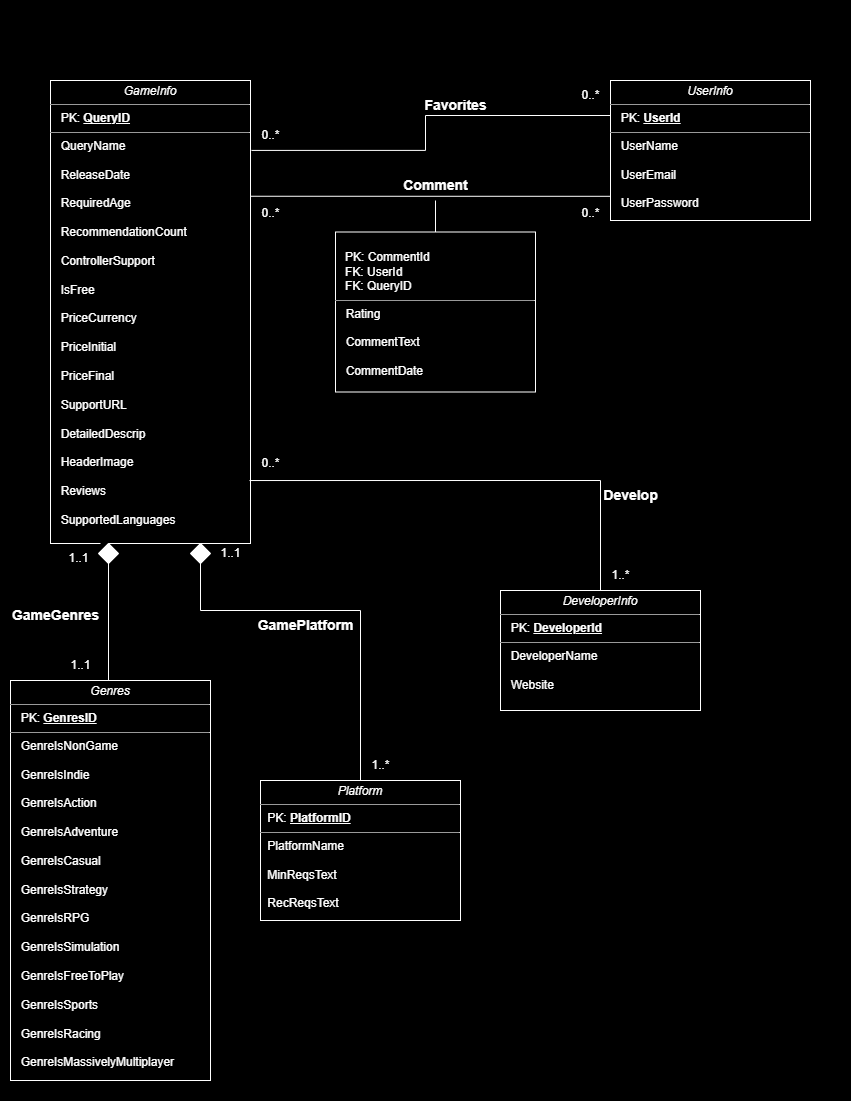
Above: doc/images/UML.png in cs411-alawini/fa23-cs411-team090-Makabaka (draw.io), before the change. Source tidied: cells renumbered, new cells last; positions are measured from the earlier drawing's top-left corner, leaving out a move shared by most shapes.
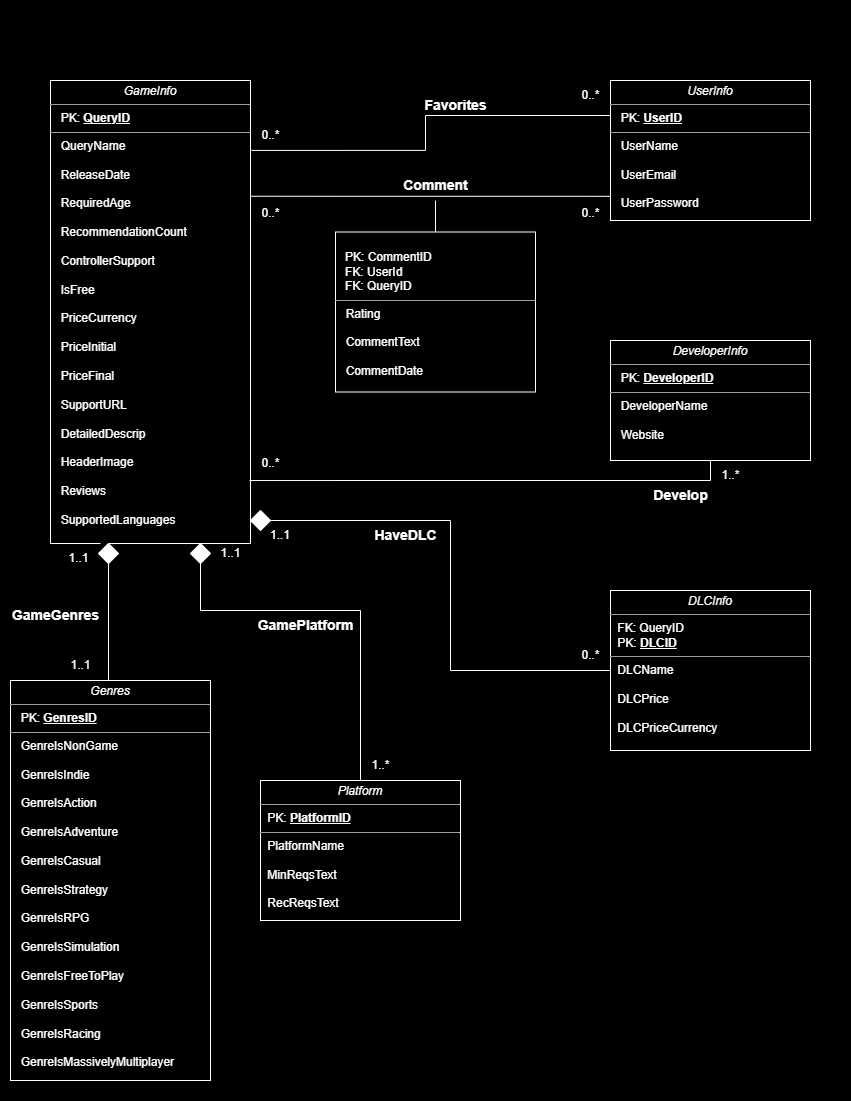
Above is the later version.

Commit message:
Add DLCInfo to UML diagram

What changed in the source:
```diff
@@ -18,3 +18,3 @@
     </mxCell>
-    <mxCell id="5" value="&lt;p style=&quot;margin:0px;margin-top:4px;text-align:center;&quot;&gt;&lt;font color=&quot;#ffffff&quot;&gt;&lt;i&gt;UserInfo&lt;/i&gt;&lt;br&gt;&lt;/font&gt;&lt;/p&gt;&lt;hr size=&quot;1&quot;&gt;&lt;p style=&quot;margin:0px;margin-left:4px;&quot;&gt;&lt;font color=&quot;#ffffff&quot;&gt;&amp;nbsp; PK: &lt;b&gt;&lt;u&gt;UserId&lt;/u&gt;&lt;/b&gt;&lt;br&gt;&lt;/font&gt;&lt;/p&gt;&lt;hr size=&quot;1&quot;&gt;&lt;p style=&quot;margin:0px;margin-left:4px;&quot;&gt;&lt;font color=&quot;#ffffff&quot;&gt;&amp;nbsp; UserName&lt;br&gt;&lt;/font&gt;&lt;/p&gt;&lt;p style=&quot;margin:0px;margin-left:4px;&quot;&gt;&lt;font color=&quot;#ffffff&quot;&gt;&lt;br&gt;&lt;/font&gt;&lt;/p&gt;&lt;p style=&quot;margin:0px;margin-left:4px;&quot;&gt;&lt;font color=&quot;#ffffff&quot;&gt;&amp;nbsp; UserEmail&lt;br&gt;&lt;/font&gt;&lt;/p&gt;&lt;p style=&quot;margin:0px;margin-left:4px;&quot;&gt;&lt;font color=&quot;#ffffff&quot;&gt;&lt;br&gt;&lt;/font&gt;&lt;/p&gt;&lt;p style=&quot;margin:0px;margin-left:4px;&quot;&gt;&lt;font color=&quot;#ffffff&quot;&gt;&amp;nbsp; UserPassword&lt;/font&gt;&lt;br&gt;&lt;/p&gt;" style="verticalAlign=top;align=left;overflow=fill;fontSize=12;fontFamily=Helvetica;html=1;rounded=0;shadow=0;comic=0;labelBackgroundColor=none;strokeWidth=1;fillColor=#000000;strokeColor=#FFFFFF;" parent="1" vertex="1">
+    <mxCell id="5" value="&lt;p style=&quot;margin:0px;margin-top:4px;text-align:center;&quot;&gt;&lt;font color=&quot;#ffffff&quot;&gt;&lt;i&gt;UserInfo&lt;/i&gt;&lt;br&gt;&lt;/font&gt;&lt;/p&gt;&lt;hr size=&quot;1&quot;&gt;&lt;p style=&quot;margin:0px;margin-left:4px;&quot;&gt;&lt;font color=&quot;#ffffff&quot;&gt;&amp;nbsp; PK: &lt;b&gt;&lt;u&gt;UserID&lt;/u&gt;&lt;/b&gt;&lt;br&gt;&lt;/font&gt;&lt;/p&gt;&lt;hr size=&quot;1&quot;&gt;&lt;p style=&quot;margin:0px;margin-left:4px;&quot;&gt;&lt;font color=&quot;#ffffff&quot;&gt;&amp;nbsp; UserName&lt;br&gt;&lt;/font&gt;&lt;/p&gt;&lt;p style=&quot;margin:0px;margin-left:4px;&quot;&gt;&lt;font color=&quot;#ffffff&quot;&gt;&lt;br&gt;&lt;/font&gt;&lt;/p&gt;&lt;p style=&quot;margin:0px;margin-left:4px;&quot;&gt;&lt;font color=&quot;#ffffff&quot;&gt;&amp;nbsp; UserEmail&lt;br&gt;&lt;/font&gt;&lt;/p&gt;&lt;p style=&quot;margin:0px;margin-left:4px;&quot;&gt;&lt;font color=&quot;#ffffff&quot;&gt;&lt;br&gt;&lt;/font&gt;&lt;/p&gt;&lt;p style=&quot;margin:0px;margin-left:4px;&quot;&gt;&lt;font color=&quot;#ffffff&quot;&gt;&amp;nbsp; UserPassword&lt;/font&gt;&lt;br&gt;&lt;/p&gt;" style="verticalAlign=top;align=left;overflow=fill;fontSize=12;fontFamily=Helvetica;html=1;rounded=0;shadow=0;comic=0;labelBackgroundColor=none;strokeWidth=1;fillColor=#000000;strokeColor=#FFFFFF;" parent="1" vertex="1">
       <mxGeometry x="610" y="80" width="200" height="140" as="geometry" />
@@ -24,4 +24,4 @@
     </mxCell>
-    <mxCell id="7" value="&lt;p style=&quot;margin:0px;margin-top:4px;text-align:center;&quot;&gt;&lt;font color=&quot;#ffffff&quot;&gt;&lt;i&gt;DeveloperInfo&lt;/i&gt;&lt;br&gt;&lt;/font&gt;&lt;/p&gt;&lt;hr size=&quot;1&quot;&gt;&lt;p style=&quot;margin:0px;margin-left:4px;&quot;&gt;&lt;font color=&quot;#ffffff&quot;&gt;&amp;nbsp; PK: &lt;b&gt;&lt;u&gt;DeveloperId&lt;/u&gt;&lt;/b&gt;&lt;br&gt;&lt;/font&gt;&lt;/p&gt;&lt;hr size=&quot;1&quot;&gt;&lt;p style=&quot;margin:0px;margin-left:4px;&quot;&gt;&lt;font color=&quot;#ffffff&quot;&gt;&amp;nbsp; DeveloperName&lt;br&gt;&lt;/font&gt;&lt;/p&gt;&lt;p style=&quot;margin:0px;margin-left:4px;&quot;&gt;&lt;font color=&quot;#ffffff&quot;&gt;&lt;br&gt;&lt;/font&gt;&lt;/p&gt;&lt;p style=&quot;margin:0px;margin-left:4px;&quot;&gt;&lt;font color=&quot;#ffffff&quot;&gt;&amp;nbsp; Website&lt;/font&gt;&lt;br&gt;&lt;/p&gt;" style="verticalAlign=top;align=left;overflow=fill;fontSize=12;fontFamily=Helvetica;html=1;rounded=0;shadow=0;comic=0;labelBackgroundColor=none;strokeWidth=1;fillColor=#000000;strokeColor=#FFFFFF;" parent="1" vertex="1">
-      <mxGeometry x="500" y="590" width="200" height="120" as="geometry" />
+    <mxCell id="7" value="&lt;p style=&quot;margin:0px;margin-top:4px;text-align:center;&quot;&gt;&lt;font color=&quot;#ffffff&quot;&gt;&lt;i&gt;DeveloperInfo&lt;/i&gt;&lt;br&gt;&lt;/font&gt;&lt;/p&gt;&lt;hr size=&quot;1&quot;&gt;&lt;p style=&quot;margin:0px;margin-left:4px;&quot;&gt;&lt;font color=&quot;#ffffff&quot;&gt;&amp;nbsp; PK: &lt;b&gt;&lt;u&gt;DeveloperID&lt;/u&gt;&lt;/b&gt;&lt;br&gt;&lt;/font&gt;&lt;/p&gt;&lt;hr size=&quot;1&quot;&gt;&lt;p style=&quot;margin:0px;margin-left:4px;&quot;&gt;&lt;font color=&quot;#ffffff&quot;&gt;&amp;nbsp; DeveloperName&lt;br&gt;&lt;/font&gt;&lt;/p&gt;&lt;p style=&quot;margin:0px;margin-left:4px;&quot;&gt;&lt;font color=&quot;#ffffff&quot;&gt;&lt;br&gt;&lt;/font&gt;&lt;/p&gt;&lt;p style=&quot;margin:0px;margin-left:4px;&quot;&gt;&lt;font color=&quot;#ffffff&quot;&gt;&amp;nbsp; Website&lt;/font&gt;&lt;br&gt;&lt;/p&gt;" style="verticalAlign=top;align=left;overflow=fill;fontSize=12;fontFamily=Helvetica;html=1;rounded=0;shadow=0;comic=0;labelBackgroundColor=none;strokeWidth=1;fillColor=#000000;strokeColor=#FFFFFF;" parent="1" vertex="1">
+      <mxGeometry x="610" y="340" width="200" height="120" as="geometry" />
     </mxCell>
@@ -38,6 +38,6 @@
     </mxCell>
-    <mxCell id="10" style="edgeStyle=orthogonalEdgeStyle;rounded=0;html=1;labelBackgroundColor=none;startFill=0;endArrow=none;endFill=0;endSize=10;fontFamily=Verdana;fontSize=10;exitX=0.995;exitY=0.864;exitDx=0;exitDy=0;exitPerimeter=0;strokeColor=#FFFFFF;" parent="1" edge="1" source="9" target="7">
+    <mxCell id="10" style="edgeStyle=orthogonalEdgeStyle;rounded=0;html=1;labelBackgroundColor=none;startFill=0;endArrow=none;endFill=0;endSize=10;fontFamily=Verdana;fontSize=10;exitX=0.995;exitY=0.864;exitDx=0;exitDy=0;exitPerimeter=0;strokeColor=#FFFFFF;entryX=0.5;entryY=1;entryDx=0;entryDy=0;" parent="1" edge="1" source="9" target="7">
       <mxGeometry relative="1" as="geometry">
         <Array as="points">
-          <mxPoint x="600" y="480" />
+          <mxPoint x="710" y="480" />
         </Array>
@@ -56,3 +56,3 @@
     <mxCell id="13" value="&lt;h4 style=&quot;box-sizing: border-box; --tw-border-spacing-x: 0; --tw-border-spacing-y: 0; --tw-translate-x: 0; --tw-translate-y: 0; --tw-rotate: 0; --tw-skew-x: 0; --tw-skew-y: 0; --tw-scale-x: 1; --tw-scale-y: 1; --tw-pan-x: ; --tw-pan-y: ; --tw-pinch-zoom: ; --tw-scroll-snap-strictness: proximity; --tw-ordinal: ; --tw-slashed-zero: ; --tw-numeric-figure: ; --tw-numeric-spacing: ; --tw-numeric-fraction: ; --tw-ring-inset: ; --tw-ring-offset-width: 0px; --tw-ring-offset-color: #fff; --tw-ring-color: rgb(59 130 246 / 0.5); --tw-ring-offset-shadow: 0 0 #0000; --tw-ring-shadow: 0 0 #0000; --tw-shadow: 0 0 #0000; --tw-shadow-colored: 0 0 #0000; --tw-blur: ; --tw-brightness: ; --tw-contrast: ; --tw-grayscale: ; --tw-hue-rotate: ; --tw-invert: ; --tw-saturate: ; --tw-sepia: ; --tw-drop-shadow: ; --tw-backdrop-blur: ; --tw-backdrop-brightness: ; --tw-backdrop-contrast: ; --tw-backdrop-grayscale: ; --tw-backdrop-hue-rotate: ; --tw-backdrop-invert: ; --tw-backdrop-opacity: ; --tw-backdrop-saturate: ; --tw-backdrop-sepia: ; break-after: avoid-page; break-inside: avoid; orphans: 4; margin-top: 1rem; margin-bottom: 1rem; position: relative; line-height: 1.4; cursor: text; text-align: start;&quot; class=&quot;md-end-block md-heading md-focus&quot;&gt;&lt;font color=&quot;#ffffff&quot; style=&quot;font-size: 14px;&quot;&gt;Develop&lt;/font&gt;&lt;/h4&gt;" style="text;html=1;align=center;verticalAlign=middle;strokeColor=none;fillColor=none;" parent="1" vertex="1">
-      <mxGeometry x="590" y="460" width="80" height="70" as="geometry" />
+      <mxGeometry x="640" y="460" width="80" height="70" as="geometry" />
     </mxCell>
@@ -68,3 +68,3 @@
     </mxCell>
-    <mxCell id="16" value="&lt;p style=&quot;margin:0px;margin-top:4px;text-align:center;&quot;&gt;&lt;font color=&quot;#ffffff&quot;&gt;&lt;br&gt;&lt;/font&gt;&lt;/p&gt;&lt;font color=&quot;#ffffff&quot;&gt;&amp;nbsp; &amp;nbsp;PK: CommentId&lt;br&gt;&amp;nbsp; &amp;nbsp;FK: UserId&lt;br&gt;&amp;nbsp; &amp;nbsp;FK: QueryID&lt;br&gt;&lt;/font&gt;&lt;hr size=&quot;1&quot;&gt;&lt;p style=&quot;margin:0px;margin-left:4px;&quot;&gt;&lt;font color=&quot;#ffffff&quot;&gt;&amp;nbsp; Rating&lt;br&gt;&lt;/font&gt;&lt;/p&gt;&lt;p style=&quot;margin:0px;margin-left:4px;&quot;&gt;&lt;font color=&quot;#ffffff&quot;&gt;&lt;br&gt;&lt;/font&gt;&lt;/p&gt;&lt;p style=&quot;margin:0px;margin-left:4px;&quot;&gt;&lt;font color=&quot;#ffffff&quot;&gt;&amp;nbsp; CommentText&lt;br&gt;&lt;/font&gt;&lt;/p&gt;&lt;p style=&quot;margin:0px;margin-left:4px;&quot;&gt;&lt;font color=&quot;#ffffff&quot;&gt;&lt;br&gt;&lt;/font&gt;&lt;/p&gt;&lt;p style=&quot;margin:0px;margin-left:4px;&quot;&gt;&lt;font color=&quot;#ffffff&quot;&gt;&amp;nbsp; CommentDate&lt;/font&gt;&lt;br&gt;&lt;/p&gt;" style="verticalAlign=top;align=left;overflow=fill;fontSize=12;fontFamily=Helvetica;html=1;rounded=0;shadow=0;comic=0;labelBackgroundColor=none;strokeWidth=1;strokeColor=#FFFFFF;fillColor=#000000;" parent="1" vertex="1">
+    <mxCell id="16" value="&lt;p style=&quot;margin:0px;margin-top:4px;text-align:center;&quot;&gt;&lt;font color=&quot;#ffffff&quot;&gt;&lt;br&gt;&lt;/font&gt;&lt;/p&gt;&lt;font color=&quot;#ffffff&quot;&gt;&amp;nbsp; &amp;nbsp;PK: CommentID&lt;br&gt;&amp;nbsp; &amp;nbsp;FK: UserId&lt;br&gt;&amp;nbsp; &amp;nbsp;FK: QueryID&lt;br&gt;&lt;/font&gt;&lt;hr size=&quot;1&quot;&gt;&lt;p style=&quot;margin:0px;margin-left:4px;&quot;&gt;&lt;font color=&quot;#ffffff&quot;&gt;&amp;nbsp; Rating&lt;br&gt;&lt;/font&gt;&lt;/p&gt;&lt;p style=&quot;margin:0px;margin-left:4px;&quot;&gt;&lt;font color=&quot;#ffffff&quot;&gt;&lt;br&gt;&lt;/font&gt;&lt;/p&gt;&lt;p style=&quot;margin:0px;margin-left:4px;&quot;&gt;&lt;font color=&quot;#ffffff&quot;&gt;&amp;nbsp; CommentText&lt;br&gt;&lt;/font&gt;&lt;/p&gt;&lt;p style=&quot;margin:0px;margin-left:4px;&quot;&gt;&lt;font color=&quot;#ffffff&quot;&gt;&lt;br&gt;&lt;/font&gt;&lt;/p&gt;&lt;p style=&quot;margin:0px;margin-left:4px;&quot;&gt;&lt;font color=&quot;#ffffff&quot;&gt;&amp;nbsp; CommentDate&lt;/font&gt;&lt;br&gt;&lt;/p&gt;" style="verticalAlign=top;align=left;overflow=fill;fontSize=12;fontFamily=Helvetica;html=1;rounded=0;shadow=0;comic=0;labelBackgroundColor=none;strokeWidth=1;strokeColor=#FFFFFF;fillColor=#000000;" parent="1" vertex="1">
       <mxGeometry x="335" y="231.5" width="200" height="160" as="geometry" />
@@ -105,3 +105,3 @@
     <mxCell id="28" value="&lt;font color=&quot;#ffffff&quot;&gt;1..*&lt;/font&gt;" style="text;html=1;align=center;verticalAlign=middle;strokeColor=none;fillColor=none;" parent="1" vertex="1">
-      <mxGeometry x="600" y="560" width="40" height="30" as="geometry" />
+      <mxGeometry x="710" y="460" width="40" height="30" as="geometry" />
     </mxCell>
@@ -122,2 +122,26 @@
     </mxCell>
+    <mxCell id="34" value="&lt;p style=&quot;margin:0px;margin-top:4px;text-align:center;&quot;&gt;&lt;font color=&quot;#ffffff&quot;&gt;&lt;i&gt;DLCInfo&lt;/i&gt;&lt;br&gt;&lt;/font&gt;&lt;/p&gt;&lt;hr size=&quot;1&quot;&gt;&lt;p style=&quot;margin:0px;margin-left:4px;&quot;&gt;&lt;font color=&quot;#ffffff&quot;&gt;&amp;nbsp;FK: QueryID&lt;/font&gt;&lt;/p&gt;&lt;p style=&quot;margin:0px;margin-left:4px;&quot;&gt;&lt;font color=&quot;#ffffff&quot;&gt;&amp;nbsp;PK: &lt;b&gt;&lt;u&gt;DLCID&lt;/u&gt;&lt;/b&gt;&lt;br&gt;&lt;/font&gt;&lt;/p&gt;&lt;hr size=&quot;1&quot;&gt;&lt;p style=&quot;margin:0px;margin-left:4px;&quot;&gt;&lt;font color=&quot;#ffffff&quot;&gt;&amp;nbsp;DLCName&lt;br&gt;&lt;/font&gt;&lt;/p&gt;&lt;p style=&quot;margin:0px;margin-left:4px;&quot;&gt;&lt;font color=&quot;#ffffff&quot;&gt;&lt;br&gt;&lt;/font&gt;&lt;/p&gt;&lt;p style=&quot;margin:0px;margin-left:4px;&quot;&gt;&lt;font color=&quot;#ffffff&quot;&gt;&amp;nbsp;DLCPrice&lt;/font&gt;&lt;/p&gt;&lt;p style=&quot;margin:0px;margin-left:4px;&quot;&gt;&lt;font color=&quot;#ffffff&quot;&gt;&lt;br&gt;&lt;/font&gt;&lt;/p&gt;&lt;p style=&quot;margin:0px;margin-left:4px;&quot;&gt;&lt;font color=&quot;#ffffff&quot;&gt;&amp;nbsp;DLCPriceCurrency&lt;/font&gt;&lt;/p&gt;" style="verticalAlign=top;align=left;overflow=fill;fontSize=12;fontFamily=Helvetica;html=1;rounded=0;shadow=0;comic=0;labelBackgroundColor=none;strokeWidth=1;fillColor=#000000;strokeColor=#FFFFFF;" parent="1" vertex="1">
+      <mxGeometry x="610" y="590" width="200" height="160" as="geometry" />
+    </mxCell>
+    <mxCell id="35" style="rhombus;whiteSpace=wrap;html=1;strokeColor=#FFFFFF;gradientColor=none;" parent="1" vertex="1">
+      <mxGeometry x="250" y="510" width="20" height="20" as="geometry" />
+    </mxCell>
+    <mxCell id="36" style="endArrow=none;html=1;rounded=0;strokeColor=#FFFFFF;entryX=0;entryY=0.5;entryDx=0;entryDy=0;" parent="1" edge="1" target="34">
+      <mxGeometry relative="1" as="geometry">
+        <mxPoint x="270" y="520" as="sourcePoint" />
+        <Array as="points">
+          <mxPoint x="450" y="520" />
+          <mxPoint x="450" y="670" />
+        </Array>
+      </mxGeometry>
+    </mxCell>
+    <mxCell id="37" value="&lt;font color=&quot;#ffffff&quot;&gt;1..1&lt;/font&gt;" style="text;html=1;strokeColor=none;fillColor=none;align=center;verticalAlign=middle;whiteSpace=wrap;rounded=0;" parent="1" vertex="1">
+      <mxGeometry x="250" y="520" width="60" height="30" as="geometry" />
+    </mxCell>
+    <mxCell id="38" value="&lt;font color=&quot;#ffffff&quot;&gt;0..*&lt;/font&gt;" style="text;html=1;align=center;verticalAlign=middle;strokeColor=none;fillColor=none;" parent="1" vertex="1">
+      <mxGeometry x="570" y="640" width="40" height="30" as="geometry" />
+    </mxCell>
+    <mxCell id="39" value="&lt;h4 style=&quot;box-sizing: border-box; --tw-border-spacing-x: 0; --tw-border-spacing-y: 0; --tw-translate-x: 0; --tw-translate-y: 0; --tw-rotate: 0; --tw-skew-x: 0; --tw-skew-y: 0; --tw-scale-x: 1; --tw-scale-y: 1; --tw-pan-x: ; --tw-pan-y: ; --tw-pinch-zoom: ; --tw-scroll-snap-strictness: proximity; --tw-ordinal: ; --tw-slashed-zero: ; --tw-numeric-figure: ; --tw-numeric-spacing: ; --tw-numeric-fraction: ; --tw-ring-inset: ; --tw-ring-offset-width: 0px; --tw-ring-offset-color: #fff; --tw-ring-color: rgb(59 130 246 / 0.5); --tw-ring-offset-shadow: 0 0 #0000; --tw-ring-shadow: 0 0 #0000; --tw-shadow: 0 0 #0000; --tw-shadow-colored: 0 0 #0000; --tw-blur: ; --tw-brightness: ; --tw-contrast: ; --tw-grayscale: ; --tw-hue-rotate: ; --tw-invert: ; --tw-saturate: ; --tw-sepia: ; --tw-drop-shadow: ; --tw-backdrop-blur: ; --tw-backdrop-brightness: ; --tw-backdrop-contrast: ; --tw-backdrop-grayscale: ; --tw-backdrop-hue-rotate: ; --tw-backdrop-invert: ; --tw-backdrop-opacity: ; --tw-backdrop-saturate: ; --tw-backdrop-sepia: ; break-after: avoid-page; break-inside: avoid; orphans: 4; font-size: 14px; margin-top: 1rem; margin-bottom: 1rem; position: relative; line-height: 1.4; cursor: text; font-family: &amp;quot;Open Sans&amp;quot;, &amp;quot;Clear Sans&amp;quot;, &amp;quot;Helvetica Neue&amp;quot;, Helvetica, Arial, &amp;quot;Segoe UI Emoji&amp;quot;, sans-serif; text-align: start;&quot; class=&quot;md-end-block md-heading md-focus&quot;&gt;&lt;font color=&quot;#ffffff&quot;&gt;HaveDLC&lt;/font&gt;&lt;/h4&gt;" style="text;html=1;align=center;verticalAlign=middle;strokeColor=none;fillColor=none;" parent="1" vertex="1">
+      <mxGeometry x="360" y="500" width="90" height="70" as="geometry" />
+    </mxCell>
   </root>
```
